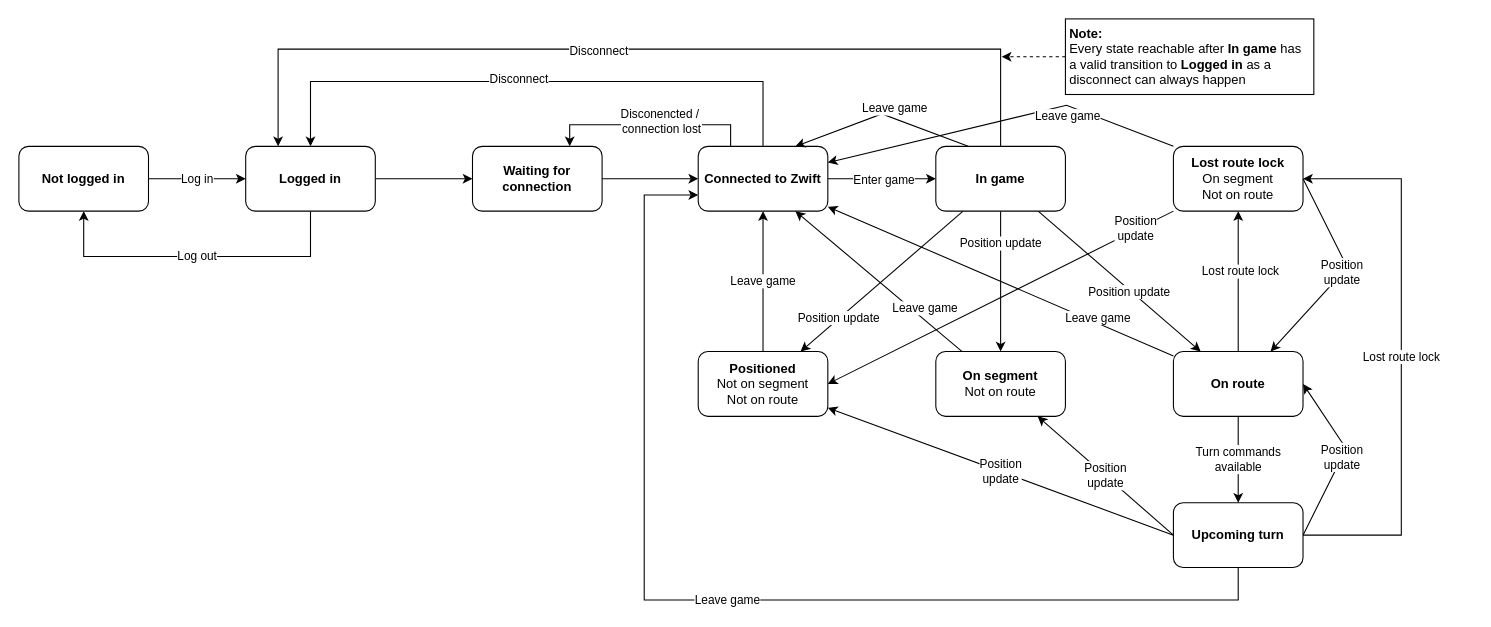
The draw.io diagram GameStates.drawio in sandermvanvliet/RoadCaptain, before the edit. Source tidied: cells renumbered, new cells numbered last; positions are measured from the earlier drawing's top-left corner, leaving out a move shared by most shapes. Both pictures are drawn from the tidied source at 108%, with x=0, y=0 at pixel (18, 18).
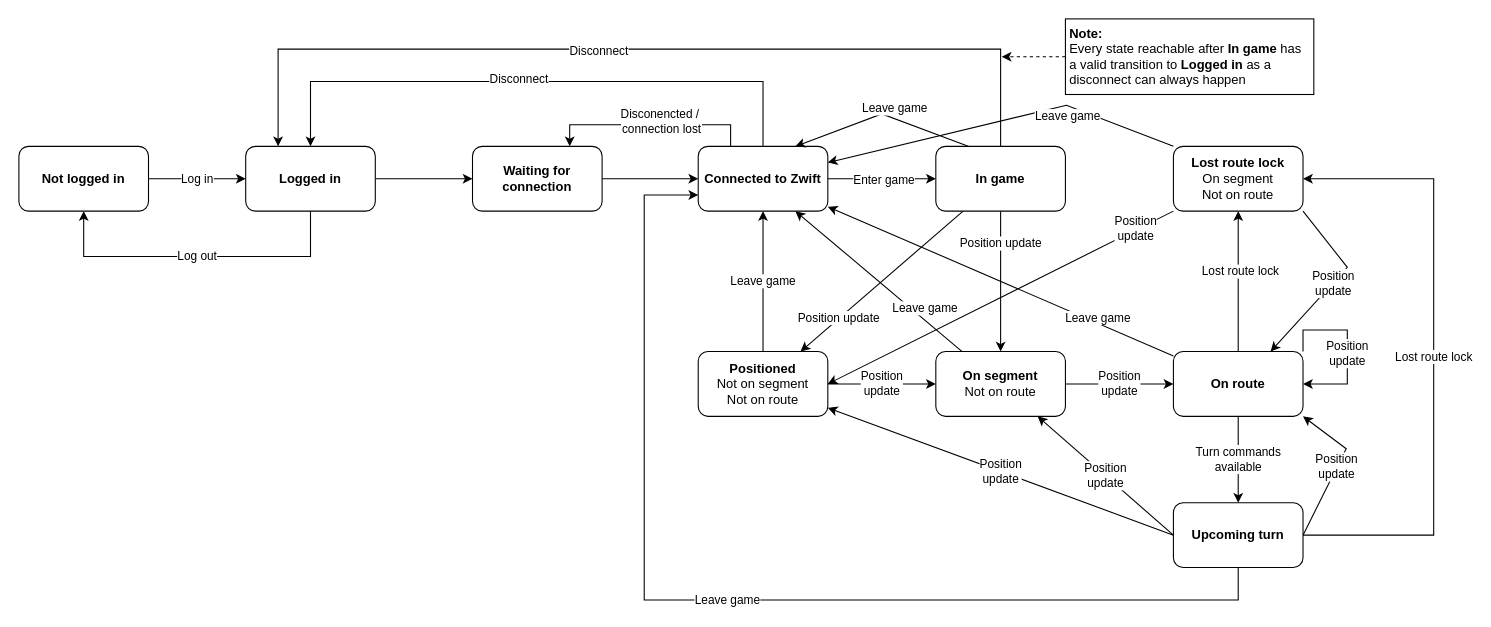
The same page after the edit.

The change refers to these unchanged cells:
```xml
<mxCell id="17" value="&lt;b&gt;In game&lt;/b&gt;" style="whiteSpace=wrap;html=1;rounded=1;" parent="1" vertex="1">
  <mxGeometry x="849" y="118" width="120" height="60" as="geometry" />
</mxCell>
<mxCell id="19" value="&lt;b&gt;Positioned&lt;/b&gt;&lt;br&gt;Not on segment&lt;br&gt;Not on route" style="whiteSpace=wrap;html=1;rounded=1;" parent="1" vertex="1">
  <mxGeometry x="629" y="308" width="120" height="60" as="geometry" />
</mxCell>
<mxCell id="21" value="&lt;b&gt;On segment&lt;/b&gt;&lt;br&gt;Not on route" style="whiteSpace=wrap;html=1;rounded=1;" parent="1" vertex="1">
  <mxGeometry x="849" y="308" width="120" height="60" as="geometry" />
</mxCell>
<mxCell id="26" value="&lt;b&gt;On route&lt;br&gt;&lt;/b&gt;" style="whiteSpace=wrap;html=1;rounded=1;" parent="1" vertex="1">
  <mxGeometry x="1069" y="308" width="120" height="60" as="geometry" />
</mxCell>
<mxCell id="37" value="Upcoming turn" style="whiteSpace=wrap;html=1;rounded=1;fontStyle=1;" parent="1" vertex="1">
  <mxGeometry x="1069" y="448" width="120" height="60" as="geometry" />
</mxCell>
<mxCell id="46" value="&lt;b&gt;Lost route lock&lt;/b&gt;&lt;br&gt;On segment&lt;br&gt;Not on route" style="whiteSpace=wrap;html=1;rounded=1;" parent="1" vertex="1">
  <mxGeometry x="1069" y="118" width="120" height="60" as="geometry" />
</mxCell>
```

The edit, as a diff of the source:
```diff
@@
-    <mxCell id="11" style="edgeStyle=none;rounded=0;jettySize=auto;html=1;" parent="1" edge="1" source="17" target="26">
-      <mxGeometry relative="1" as="geometry" />
-    </mxCell>
-    <mxCell id="12" value="Position update" style="edgeLabel;html=1;align=center;verticalAlign=middle;" parent="11" vertex="1">
-      <mxGeometry x="0.13" y="-2" relative="1" as="geometry" />
-    </mxCell>
@@
+    <mxCell id="47" value="Position&lt;br&gt;update" style="edgeStyle=orthogonalEdgeStyle;rounded=0;jettySize=auto;html=1;entryX=0;entryY=0.5;entryDx=0;entryDy=0;" parent="1" edge="1" source="19" target="21">
+      <mxGeometry relative="1" as="geometry" />
+    </mxCell>
@@
+    <mxCell id="48" value="Position&lt;br&gt;update" style="edgeStyle=orthogonalEdgeStyle;rounded=0;jettySize=auto;html=1;entryX=0;entryY=0.5;entryDx=0;entryDy=0;" parent="1" edge="1" source="21" target="26">
+      <mxGeometry relative="1" as="geometry" />
+    </mxCell>
@@
-    <mxCell id="32" value="Position&lt;br&gt;update" style="edgeStyle=none;rounded=0;jettySize=auto;html=1;entryX=1;entryY=0.5;entryDx=0;entryDy=0;exitX=1;exitY=0.5;exitDx=0;exitDy=0;" parent="1" edge="1" source="37" target="26">
+    <mxCell id="32" value="Position&lt;br&gt;update" style="edgeStyle=none;rounded=0;jettySize=auto;html=1;entryX=1;entryY=1;entryDx=0;entryDy=0;exitX=1;exitY=0.5;exitDx=0;exitDy=0;" parent="1" edge="1" source="37" target="26">
       <mxGeometry relative="1" as="geometry">
         <Array as="points">
           <mxPoint x="1229" y="398" />
         </Array>
       </mxGeometry>
     </mxCell>
@@
     <mxCell id="36" value="Lost route lock" style="edgeStyle=orthogonalEdgeStyle;rounded=0;jettySize=auto;html=1;" parent="1" edge="1" source="37" target="46">
       <mxGeometry relative="1" as="geometry">
         <Array as="points">
-          <mxPoint x="1280" y="478" />
-          <mxPoint x="1280" y="148" />
+          <mxPoint x="1310" y="478" />
+          <mxPoint x="1310" y="148" />
         </Array>
       </mxGeometry>
     </mxCell>
@@
-    <mxCell id="42" value="Position&lt;br&gt;update" style="rounded=0;jettySize=auto;html=1;exitX=1;exitY=0.5;exitDx=0;exitDy=0;entryX=0.75;entryY=0;entryDx=0;entryDy=0;" parent="1" edge="1" source="46" target="26">
+    <mxCell id="42" value="Position&lt;br&gt;update" style="rounded=0;jettySize=auto;html=1;exitX=1;exitY=1;exitDx=0;exitDy=0;entryX=0.75;entryY=0;entryDx=0;entryDy=0;" parent="1" edge="1" source="46" target="26">
       <mxGeometry relative="1" as="geometry">
         <Array as="points">
           <mxPoint x="1230" y="230" />
         </Array>
       </mxGeometry>
     </mxCell>
@@
+    <mxCell id="49" value="Position&lt;br&gt;update" style="edgeStyle=orthogonalEdgeStyle;rounded=0;orthogonalLoop=1;jettySize=auto;html=1;entryX=1;entryY=0.5;entryDx=0;entryDy=0;exitX=1;exitY=0;exitDx=0;exitDy=0;elbow=vertical;" parent="1" edge="1" source="26" target="26">
+      <mxGeometry x="0.09" relative="1" as="geometry">
+        <Array as="points">
+          <mxPoint x="1189" y="288" />
+          <mxPoint x="1230" y="288" />
+          <mxPoint x="1230" y="338" />
+        </Array>
+      </mxGeometry>
+    </mxCell>
```
